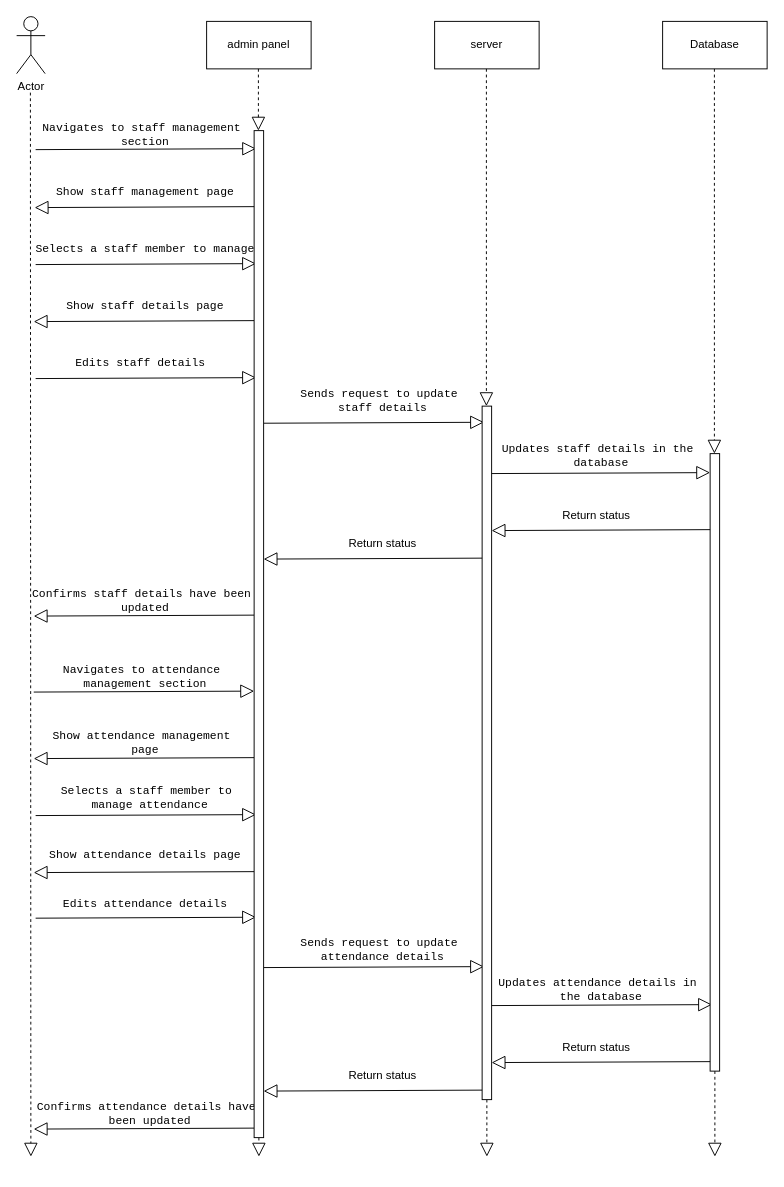
This is staff details.drawio from CodeSithum/sequencediagram, a draw.io file, before an edit. Source tidied: cells renumbered, new cells numbered last; positions are measured from the earlier drawing's top-left corner, leaving out a move shared by most shapes. Both pictures are drawn from the tidied source at 95%, with x=0, y=0 at pixel (16, 16).
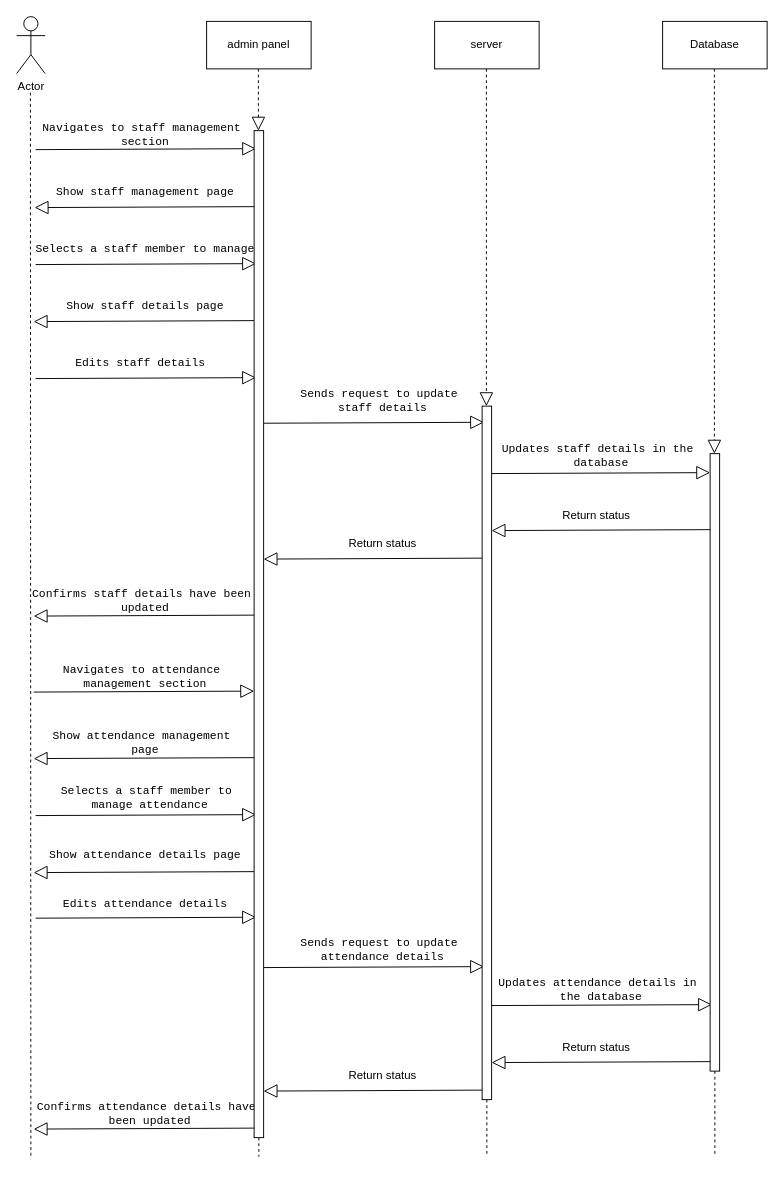
Above is the later version.

Unchanged cells that the change refers to:
```xml
<mxCell id="51" style="html=1;points=[];perimeter=orthogonalPerimeter;outlineConnect=0;targetShapes=umlLifeline;portConstraint=eastwest;newEdgeStyle={&quot;edgeStyle&quot;:&quot;elbowEdgeStyle&quot;,&quot;elbow&quot;:&quot;vertical&quot;,&quot;curved&quot;:0,&quot;rounded&quot;:0};" parent="1" vertex="1">
  <mxGeometry x="250" y="120" width="10" height="1060" as="geometry" />
</mxCell>
<mxCell id="53" style="html=1;points=[];perimeter=orthogonalPerimeter;outlineConnect=0;targetShapes=umlLifeline;portConstraint=eastwest;newEdgeStyle={&quot;edgeStyle&quot;:&quot;elbowEdgeStyle&quot;,&quot;elbow&quot;:&quot;vertical&quot;,&quot;curved&quot;:0,&quot;rounded&quot;:0};" parent="1" vertex="1">
  <mxGeometry x="490" y="410" width="10" height="730" as="geometry" />
</mxCell>
<mxCell id="55" style="html=1;points=[];perimeter=orthogonalPerimeter;outlineConnect=0;targetShapes=umlLifeline;portConstraint=eastwest;newEdgeStyle={&quot;edgeStyle&quot;:&quot;elbowEdgeStyle&quot;,&quot;elbow&quot;:&quot;vertical&quot;,&quot;curved&quot;:0,&quot;rounded&quot;:0};" parent="1" vertex="1">
  <mxGeometry x="730" y="460" width="10" height="650" as="geometry" />
</mxCell>
```

What changed in the source:
```diff
@@
-    <mxCell id="5" style="endArrow=block;dashed=1;endFill=0;endSize=12;html=1;rounded=0;" parent="1" edge="1">
+    <mxCell id="5" style="endArrow=none;dashed=1;endFill=0;endSize=12;html=1;rounded=0;" parent="1" edge="1">
       <mxGeometry relative="1" as="geometry">
         <mxPoint x="14.5" y="80" as="sourcePoint" />
         <mxPoint x="15" y="1200" as="targetPoint" />
       </mxGeometry>
     </mxCell>
-    <mxCell id="6" style="endArrow=block;dashed=1;endFill=0;endSize=12;html=1;rounded=0;" parent="1" edge="1" source="51">
+    <mxCell id="6" style="endArrow=none;dashed=1;endFill=0;endSize=12;html=1;rounded=0;" parent="1" edge="1" source="51">
       <mxGeometry relative="1" as="geometry">
         <mxPoint x="255" y="1200" as="targetPoint" />
       </mxGeometry>
     </mxCell>
-    <mxCell id="7" style="endArrow=block;dashed=1;endFill=0;endSize=12;html=1;rounded=0;" parent="1" edge="1" source="53">
+    <mxCell id="7" style="endArrow=none;dashed=1;endFill=0;endSize=12;html=1;rounded=0;" parent="1" edge="1" source="53">
       <mxGeometry relative="1" as="geometry">
         <mxPoint x="495" y="1200" as="targetPoint" />
       </mxGeometry>
     </mxCell>
@@
-    <mxCell id="10" style="endArrow=block;dashed=1;endFill=0;endSize=12;html=1;rounded=0;" parent="1" edge="1" source="55">
+    <mxCell id="10" style="endArrow=none;dashed=1;endFill=0;endSize=12;html=1;rounded=0;" parent="1" edge="1" source="55">
       <mxGeometry relative="1" as="geometry">
         <mxPoint x="735" y="1200" as="targetPoint" />
       </mxGeometry>
     </mxCell>
```
